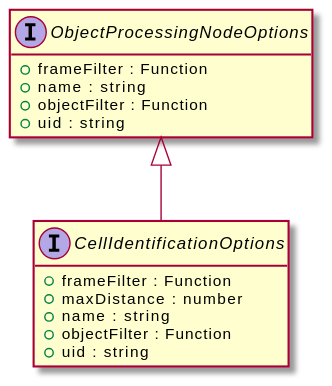
Above: assets/CellIdentificationOptions-umlClassDiagram-15247.svg in OpenHPS/openhps-core (PlantUML), before the change.
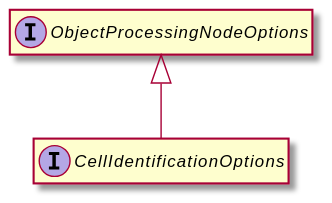
Later version of the same file.

What changed in the source:
```diff
@@ -3,17 +3,8 @@
 hide empty methods
 hide empty fields
 interface "CellIdentificationOptions" {
-    +frameFilter : Function
-    +maxDistance : number
-    +name : string
-    +objectFilter : Function
-    +uid : string
 }
 interface "ObjectProcessingNodeOptions" {
-    +frameFilter : Function
-    +name : string
-    +objectFilter : Function
-    +uid : string
 }
 "ObjectProcessingNodeOptions" <|-- "CellIdentificationOptions"
 @enduml
```
